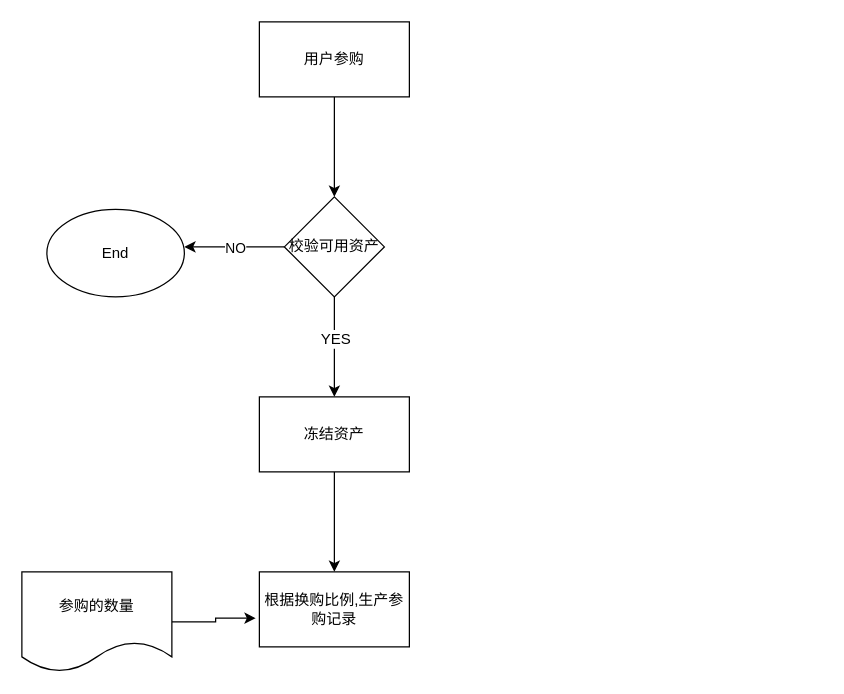
Andrewliu20/-Demo keeps this draw.io diagram as IEO.drawio. Above is the earlier version. Source tidied: cells renumbered, new cells numbered last; positions are measured from the earlier drawing's top-left corner, leaving out a move shared by most shapes. Both pictures are drawn from the tidied source at 125%, with x=0, y=0 at pixel (21, 21).
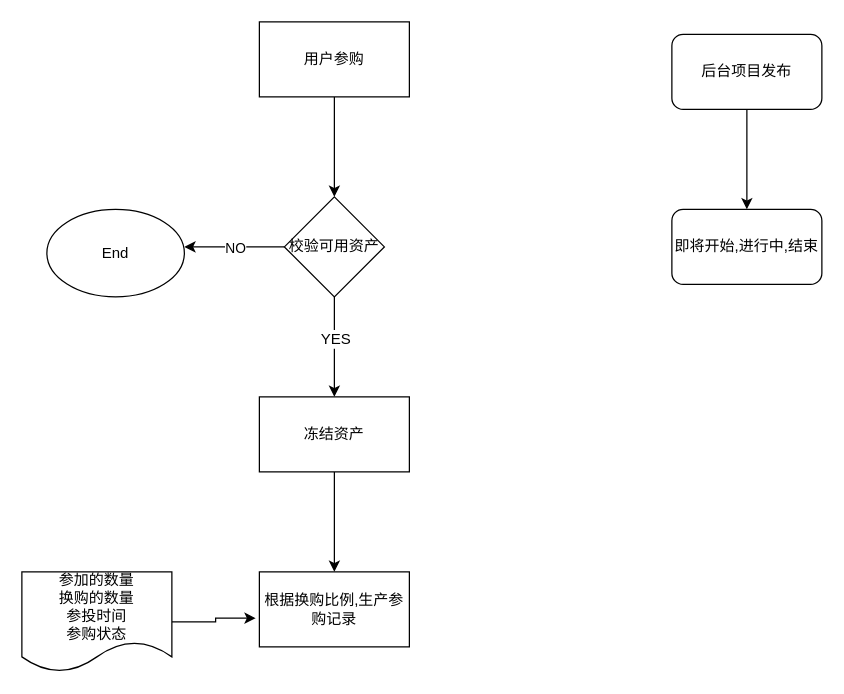
Above is the later version.

The edit, as a diff of the source:
```diff
@@
 <mxGraphModel>
   <root>
     <mxCell id="0" />
     <mxCell id="1" parent="0" />
     <mxCell id="2" style="edgeStyle=orthogonalEdgeStyle;rounded=0;jettySize=auto;html=1;" parent="1" edge="1" source="3">
       <mxGeometry relative="1" as="geometry">
         <mxPoint x="250" y="140" as="targetPoint" />
       </mxGeometry>
     </mxCell>
     <mxCell id="3" value="用户参购" style="rounded=0;whiteSpace=wrap;html=1;" parent="1" vertex="1">
       <mxGeometry x="190" width="120" height="60" as="geometry" />
     </mxCell>
     <mxCell id="4" value="NO" style="edgeStyle=orthogonalEdgeStyle;rounded=0;jettySize=auto;html=1;" parent="1" edge="1" source="7">
       <mxGeometry relative="1" as="geometry">
         <mxPoint x="130" y="180" as="targetPoint" />
       </mxGeometry>
     </mxCell>
     <mxCell id="5" style="edgeStyle=orthogonalEdgeStyle;rounded=0;jettySize=auto;html=1;" parent="1" edge="1" source="7">
       <mxGeometry relative="1" as="geometry">
         <mxPoint x="250" y="300" as="targetPoint" />
       </mxGeometry>
     </mxCell>
     <mxCell id="6" value="YES" style="text;html=1;align=center;verticalAlign=middle;labelBackgroundColor=#ffffff;" parent="5" vertex="1">
       <mxGeometry x="-0.17" relative="1" as="geometry" />
     </mxCell>
     <mxCell id="7" value="校验可用资产" style="rhombus;whiteSpace=wrap;html=1;" parent="1" vertex="1">
       <mxGeometry x="210" y="140" width="80" height="80" as="geometry" />
     </mxCell>
     <mxCell id="8" value="End" style="ellipse;whiteSpace=wrap;html=1;" parent="1" vertex="1">
       <mxGeometry x="20" y="150" width="110" height="70" as="geometry" />
     </mxCell>
     <mxCell id="9" style="edgeStyle=orthogonalEdgeStyle;rounded=0;jettySize=auto;html=1;" parent="1" edge="1" source="10" target="11">
       <mxGeometry relative="1" as="geometry" />
     </mxCell>
     <mxCell id="10" value="冻结资产" style="rounded=0;whiteSpace=wrap;html=1;" parent="1" vertex="1">
       <mxGeometry x="190" y="300" width="120" height="60" as="geometry" />
     </mxCell>
     <mxCell id="11" value="根据换购比例,生产参购记录" style="rounded=0;whiteSpace=wrap;html=1;" parent="1" vertex="1">
       <mxGeometry x="190" y="440" width="120" height="60" as="geometry" />
     </mxCell>
     <mxCell id="12" style="edgeStyle=orthogonalEdgeStyle;rounded=0;jettySize=auto;html=1;entryX=-0.025;entryY=0.617;entryDx=0;entryDy=0;entryPerimeter=0;" parent="1" edge="1" source="13" target="11">
       <mxGeometry relative="1" as="geometry" />
     </mxCell>
-    <mxCell id="13" value="参购的数量" style="shape=document;whiteSpace=wrap;html=1;boundedLbl=1;" parent="1" vertex="1">
+    <mxCell id="13" value="参加的数量&lt;br&gt;换购的数量&lt;br&gt;参投时间&lt;br&gt;参购状态" style="shape=document;whiteSpace=wrap;html=1;boundedLbl=1;" parent="1" vertex="1">
       <mxGeometry y="440" width="120" height="80" as="geometry" />
     </mxCell>
+    <mxCell id="14" style="edgeStyle=orthogonalEdgeStyle;rounded=0;jettySize=auto;html=1;" parent="1" edge="1" source="15" target="16">
+      <mxGeometry relative="1" as="geometry" />
+    </mxCell>
+    <mxCell id="15" value="后台项目发布" style="rounded=1;whiteSpace=wrap;html=1;" parent="1" vertex="1">
+      <mxGeometry x="520" y="10" width="120" height="60" as="geometry" />
+    </mxCell>
+    <mxCell id="16" value="即将开始,进行中,结束" style="rounded=1;whiteSpace=wrap;html=1;" parent="1" vertex="1">
+      <mxGeometry x="520" y="150" width="120" height="60" as="geometry" />
+    </mxCell>
   </root>
 </mxGraphModel>
```
